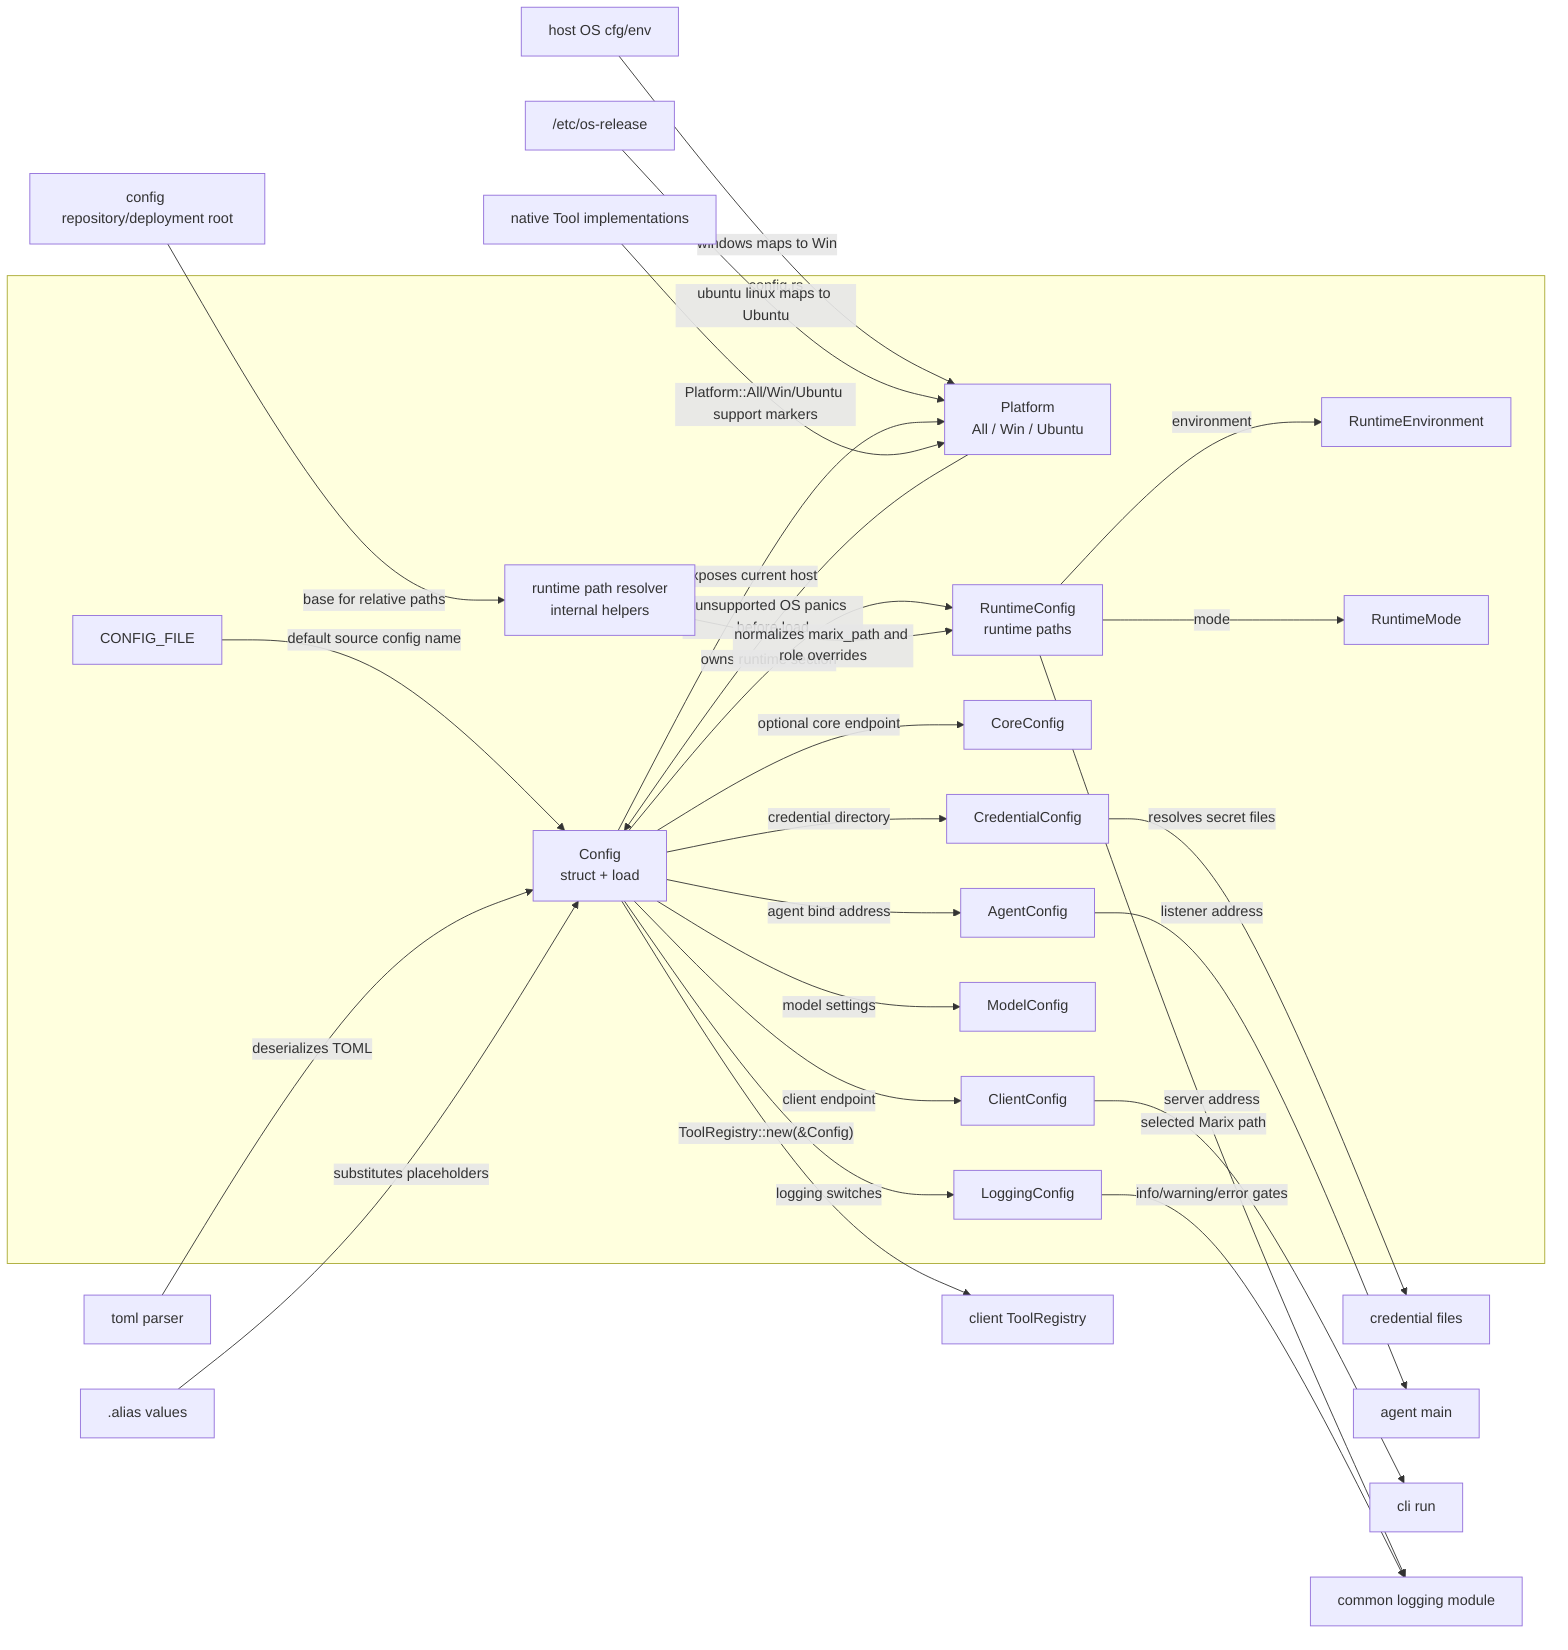
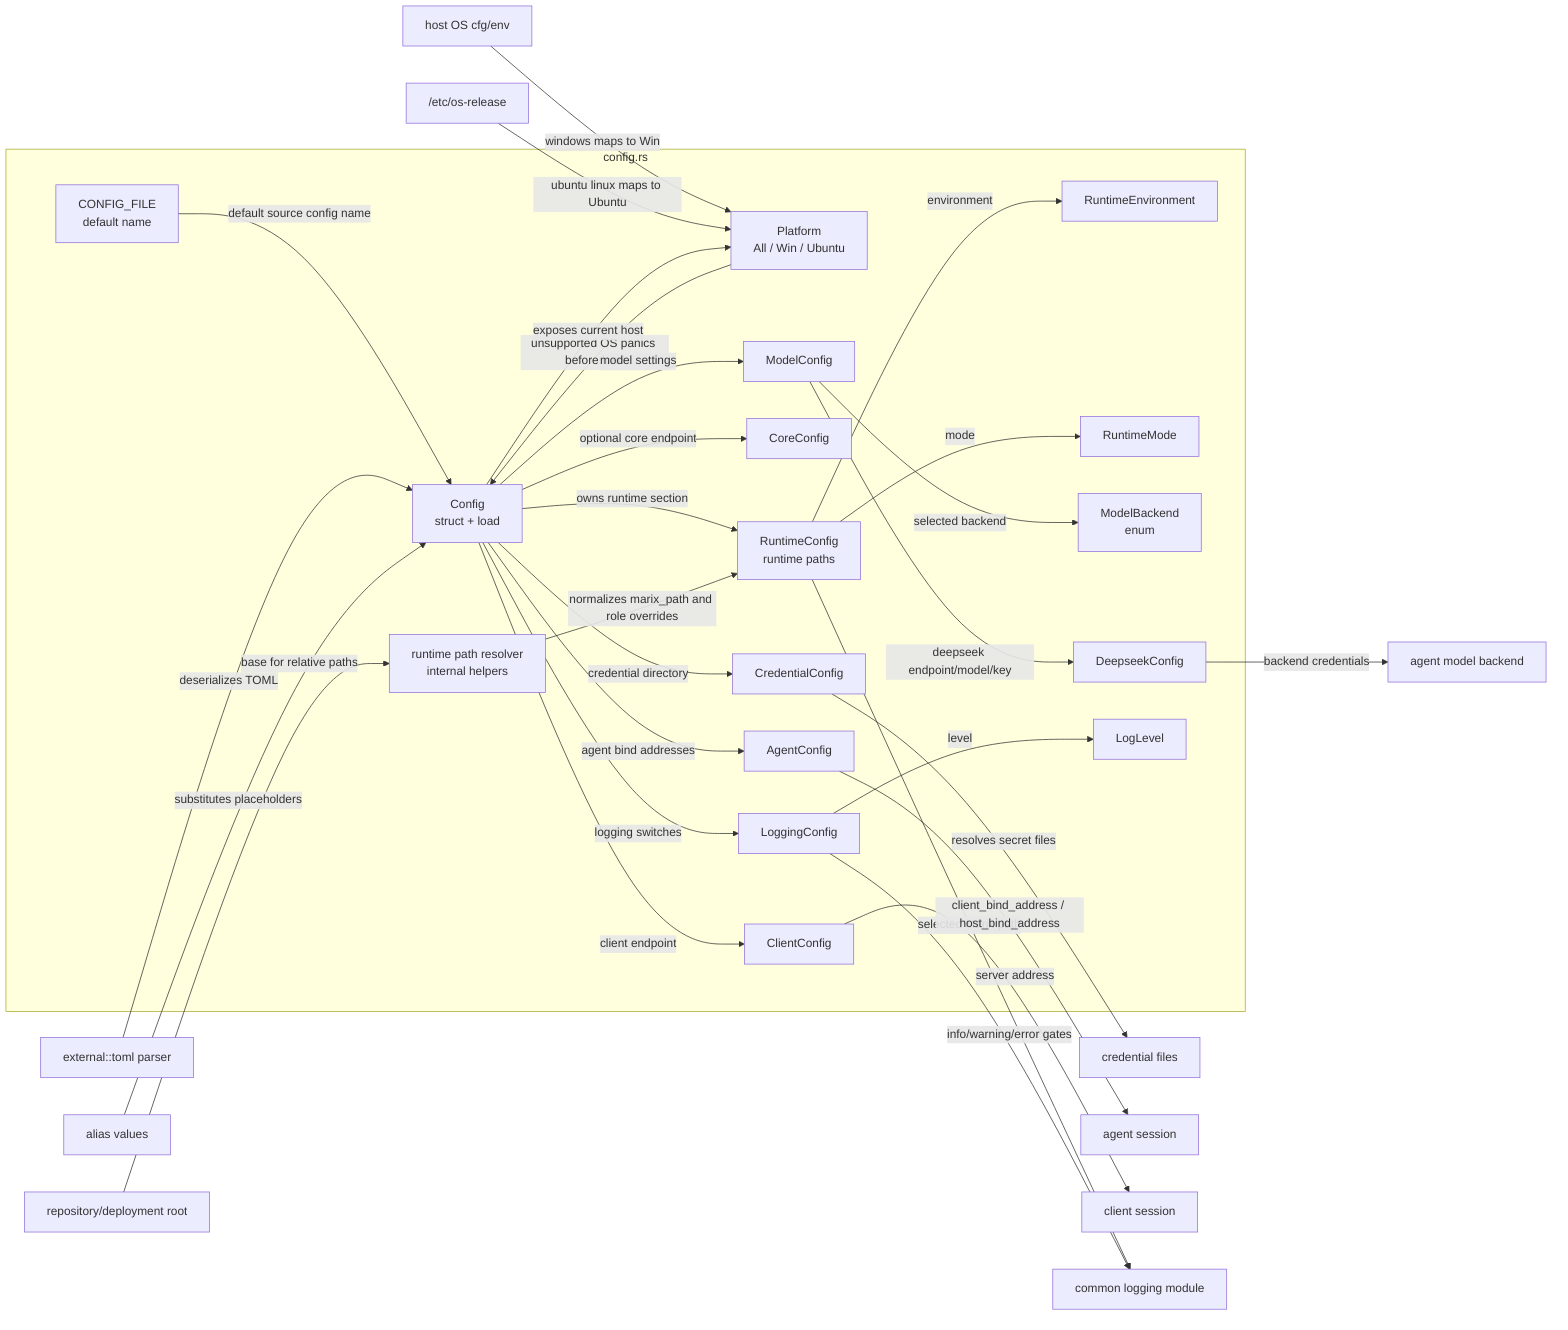
flowchart LR
  subgraph config_rs["config.rs"]
-     CONFIG_FILE["CONFIG_FILE"]
+     CONFIG_FILE["CONFIG_FILE\ndefault name"]
    Config["Config\nstruct + load"]
    Platform["Platform\nAll / Win / Ubuntu"]
    RuntimeConfig["RuntimeConfig\nruntime paths"]
    RuntimeEnvironment["RuntimeEnvironment"]
    RuntimeMode["RuntimeMode"]
    CoreConfig["CoreConfig"]
    ClientConfig["ClientConfig"]
    AgentConfig["AgentConfig"]
    ModelConfig["ModelConfig"]
+     ModelBackend["ModelBackend\nenum"]
+     DeepseekConfig["DeepseekConfig"]
    LoggingConfig["LoggingConfig"]
+     LogLevel["LogLevel"]
    CredentialConfig["CredentialConfig"]
    RuntimePathResolver["runtime path resolver\ninternal helpers"]
  end

  HostOS["host OS cfg/env"]
  UbuntuRelease["/etc/os-release"]
-   AliasFiles[".alias values"]
+   AliasFiles["alias values"]
  CredentialFiles["credential files"]
-   TomlParser["toml parser"]
-   ConfigRoot["config repository/deployment root"]
-   ToolRegistry["client ToolRegistry"]
-   NativeTools["native Tool implementations"]
-   AgentMain["agent main"]
-   CliRun["cli run"]
+   TomlParser["external::toml parser"]
+   ConfigRoot["repository/deployment root"]
+   AgentSession["agent session"]
+   ClientSession["client session"]
+   ModelBackendRuntime["agent model backend"]
  LoggingModule["common logging module"]

  CONFIG_FILE -->|"default source config name"| Config
  HostOS -->|"windows maps to Win"| Platform
  UbuntuRelease -->|"ubuntu linux maps to Ubuntu"| Platform
  Platform -->|"unsupported OS panics before load"| Config
  TomlParser -->|"deserializes TOML"| Config
  AliasFiles -->|"substitutes placeholders"| Config
  Config -->|"exposes current host"| Platform
  Config -->|"owns runtime section"| RuntimeConfig
  RuntimeConfig -->|"environment"| RuntimeEnvironment
  RuntimeConfig -->|"mode"| RuntimeMode
  ConfigRoot -->|"base for relative paths"| RuntimePathResolver
  RuntimePathResolver -->|"normalizes marix_path and role overrides"| RuntimeConfig
  Config -->|"optional core endpoint"| CoreConfig
  Config -->|"client endpoint"| ClientConfig
-   Config -->|"agent bind address"| AgentConfig
+   Config -->|"agent bind addresses"| AgentConfig
  Config -->|"model settings"| ModelConfig
+   ModelConfig -->|"selected backend"| ModelBackend
+   ModelConfig -->|"deepseek endpoint/model/key"| DeepseekConfig
  Config -->|"logging switches"| LoggingConfig
+   LoggingConfig -->|"level"| LogLevel
  Config -->|"credential directory"| CredentialConfig
  CredentialConfig -->|"resolves secret files"| CredentialFiles
  RuntimeConfig -->|"selected Marix path"| LoggingModule
  LoggingConfig -->|"info/warning/error gates"| LoggingModule
-   AgentConfig -->|"listener address"| AgentMain
-   ClientConfig -->|"server address"| CliRun
-   Config -->|"ToolRegistry::new(&Config)"| ToolRegistry
-   NativeTools -->|"Platform::All/Win/Ubuntu support markers"| Platform
+   AgentConfig -->|"client_bind_address / host_bind_address"| AgentSession
+   ClientConfig -->|"server address"| ClientSession
+   DeepseekConfig -->|"backend credentials"| ModelBackendRuntime
